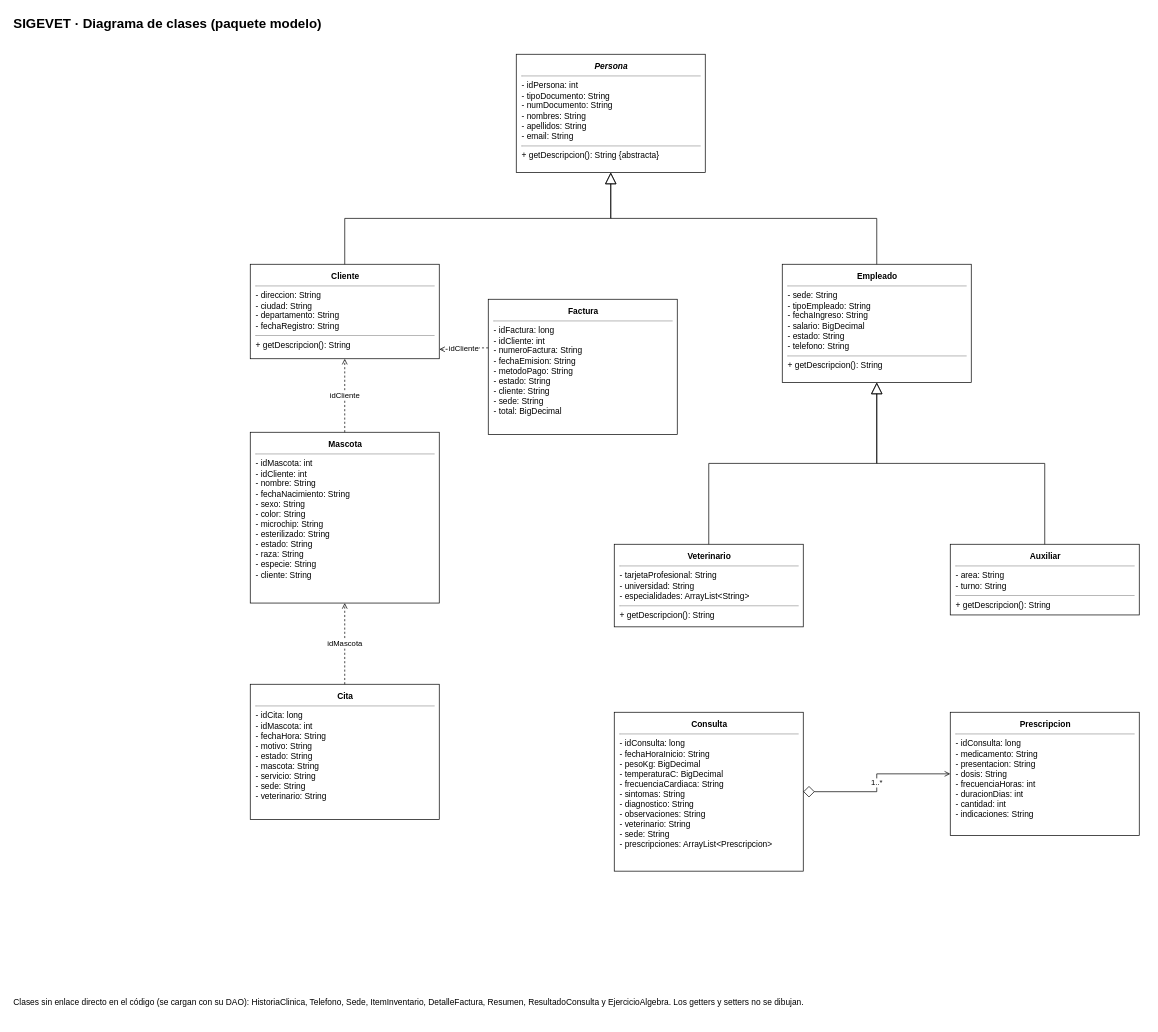
Earlier version of the draw.io diagram documentos/fase1/diagramas_drawio/28_Clases.drawio (Estarlan/proyecto-bd1-sigevet). Source tidied: cells renumbered, new cells numbered last; positions are measured from the earlier drawing's top-left corner, leaving out a move shared by most shapes. Both pictures are drawn from the tidied source at 70%, with x=0, y=0 at pixel (12, 12).
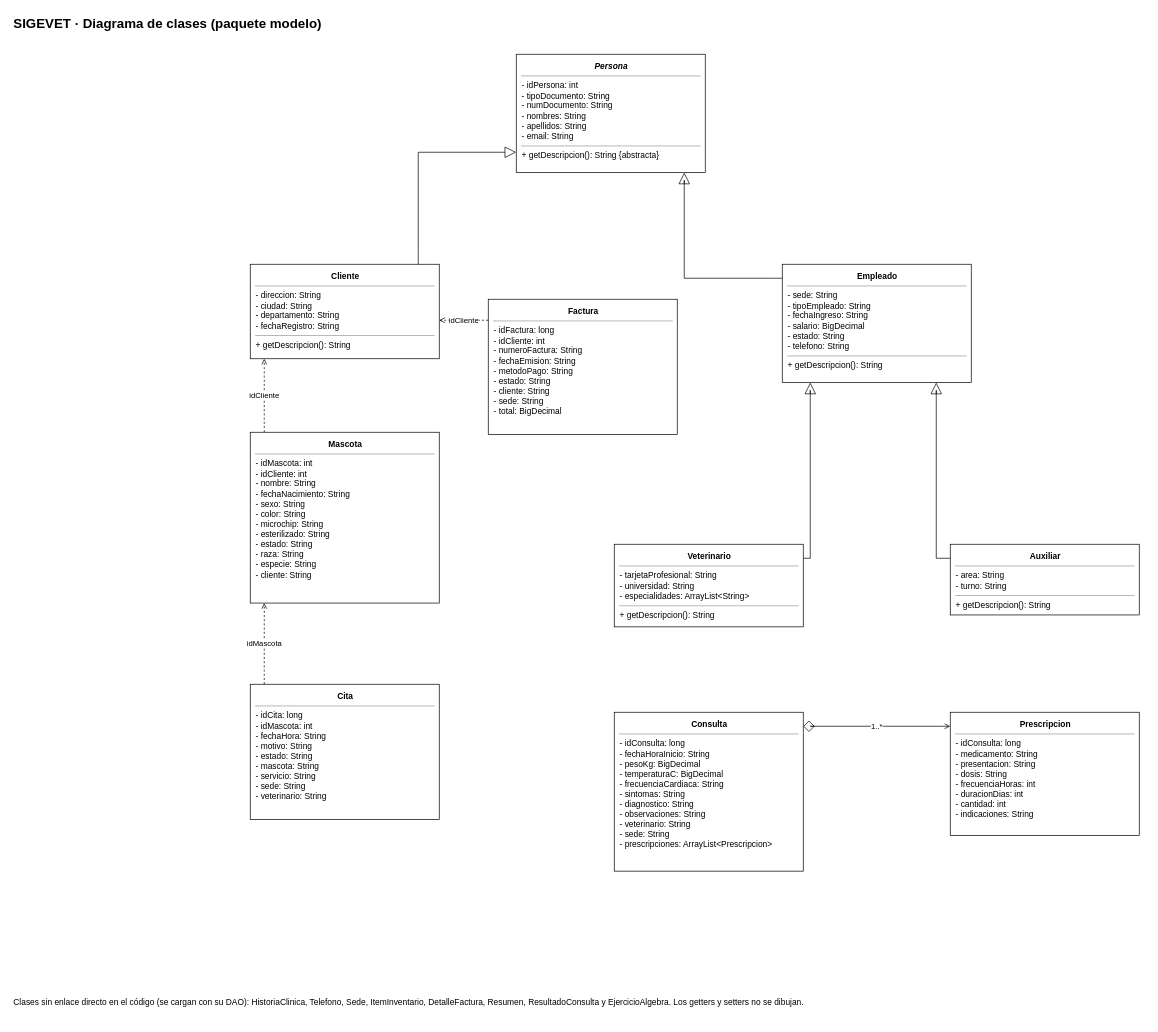
The same diagram, later.

The change refers to these unchanged cells:
```xml
<mxCell id="3" value="&lt;div style='width:256px'&gt;&lt;div style='text-align:center'&gt;&lt;b&gt;&lt;i&gt;Persona&lt;/i&gt;&lt;/b&gt;&lt;/div&gt;&lt;hr size='1'&gt;- idPersona: int&lt;br&gt;- tipoDocumento: String&lt;br&gt;- numDocumento: String&lt;br&gt;- nombres: String&lt;br&gt;- apellidos: String&lt;br&gt;- email: String&lt;hr size='1'&gt;+ getDescripcion(): String {abstracta}&lt;/div&gt;" style="rounded=0;whiteSpace=wrap;html=1;fillColor=none;align=left;verticalAlign=top;spacingLeft=6;spacingTop=4;fontSize=12;" parent="1" vertex="1">
  <mxGeometry x="720" y="60" width="270" height="169" as="geometry" />
</mxCell>
<mxCell id="4" value="&lt;div style='width:256px'&gt;&lt;div style='text-align:center'&gt;&lt;b&gt;Cliente&lt;/b&gt;&lt;/div&gt;&lt;hr size='1'&gt;- direccion: String&lt;br&gt;- ciudad: String&lt;br&gt;- departamento: String&lt;br&gt;- fechaRegistro: String&lt;hr size='1'&gt;+ getDescripcion(): String&lt;/div&gt;" style="rounded=0;whiteSpace=wrap;html=1;fillColor=none;align=left;verticalAlign=top;spacingLeft=6;spacingTop=4;fontSize=12;" parent="1" vertex="1">
  <mxGeometry x="340" y="360" width="270" height="135" as="geometry" />
</mxCell>
<mxCell id="5" value="&lt;div style='width:256px'&gt;&lt;div style='text-align:center'&gt;&lt;b&gt;Empleado&lt;/b&gt;&lt;/div&gt;&lt;hr size='1'&gt;- sede: String&lt;br&gt;- tipoEmpleado: String&lt;br&gt;- fechaIngreso: String&lt;br&gt;- salario: BigDecimal&lt;br&gt;- estado: String&lt;br&gt;- telefono: String&lt;hr size='1'&gt;+ getDescripcion(): String&lt;/div&gt;" style="rounded=0;whiteSpace=wrap;html=1;fillColor=none;align=left;verticalAlign=top;spacingLeft=6;spacingTop=4;fontSize=12;" parent="1" vertex="1">
  <mxGeometry x="1100" y="360" width="270" height="169" as="geometry" />
</mxCell>
<mxCell id="6" value="&lt;div style='width:256px'&gt;&lt;div style='text-align:center'&gt;&lt;b&gt;Veterinario&lt;/b&gt;&lt;/div&gt;&lt;hr size='1'&gt;- tarjetaProfesional: String&lt;br&gt;- universidad: String&lt;br&gt;- especialidades: ArrayList&amp;lt;String&amp;gt;&lt;hr size='1'&gt;+ getDescripcion(): String&lt;/div&gt;" style="rounded=0;whiteSpace=wrap;html=1;fillColor=none;align=left;verticalAlign=top;spacingLeft=6;spacingTop=4;fontSize=12;" parent="1" vertex="1">
  <mxGeometry x="860" y="760" width="270" height="118" as="geometry" />
</mxCell>
<mxCell id="7" value="&lt;div style='width:256px'&gt;&lt;div style='text-align:center'&gt;&lt;b&gt;Auxiliar&lt;/b&gt;&lt;/div&gt;&lt;hr size='1'&gt;- area: String&lt;br&gt;- turno: String&lt;hr size='1'&gt;+ getDescripcion(): String&lt;/div&gt;" style="rounded=0;whiteSpace=wrap;html=1;fillColor=none;align=left;verticalAlign=top;spacingLeft=6;spacingTop=4;fontSize=12;" parent="1" vertex="1">
  <mxGeometry x="1340" y="760" width="270" height="101" as="geometry" />
</mxCell>
<mxCell id="8" value="&lt;div style='width:256px'&gt;&lt;div style='text-align:center'&gt;&lt;b&gt;Mascota&lt;/b&gt;&lt;/div&gt;&lt;hr size='1'&gt;- idMascota: int&lt;br&gt;- idCliente: int&lt;br&gt;- nombre: String&lt;br&gt;- fechaNacimiento: String&lt;br&gt;- sexo: String&lt;br&gt;- color: String&lt;br&gt;- microchip: String&lt;br&gt;- esterilizado: String&lt;br&gt;- estado: String&lt;br&gt;- raza: String&lt;br&gt;- especie: String&lt;br&gt;- cliente: String&lt;/div&gt;" style="rounded=0;whiteSpace=wrap;html=1;fillColor=none;align=left;verticalAlign=top;spacingLeft=6;spacingTop=4;fontSize=12;" parent="1" vertex="1">
  <mxGeometry x="340" y="600" width="270" height="244" as="geometry" />
</mxCell>
<mxCell id="9" value="&lt;div style='width:256px'&gt;&lt;div style='text-align:center'&gt;&lt;b&gt;Cita&lt;/b&gt;&lt;/div&gt;&lt;hr size='1'&gt;- idCita: long&lt;br&gt;- idMascota: int&lt;br&gt;- fechaHora: String&lt;br&gt;- motivo: String&lt;br&gt;- estado: String&lt;br&gt;- mascota: String&lt;br&gt;- servicio: String&lt;br&gt;- sede: String&lt;br&gt;- veterinario: String&lt;/div&gt;" style="rounded=0;whiteSpace=wrap;html=1;fillColor=none;align=left;verticalAlign=top;spacingLeft=6;spacingTop=4;fontSize=12;" parent="1" vertex="1">
  <mxGeometry x="340" y="960" width="270" height="193" as="geometry" />
</mxCell>
<mxCell id="10" value="&lt;div style='width:256px'&gt;&lt;div style='text-align:center'&gt;&lt;b&gt;Factura&lt;/b&gt;&lt;/div&gt;&lt;hr size='1'&gt;- idFactura: long&lt;br&gt;- idCliente: int&lt;br&gt;- numeroFactura: String&lt;br&gt;- fechaEmision: String&lt;br&gt;- metodoPago: String&lt;br&gt;- estado: String&lt;br&gt;- cliente: String&lt;br&gt;- sede: String&lt;br&gt;- total: BigDecimal&lt;/div&gt;" style="rounded=0;whiteSpace=wrap;html=1;fillColor=none;align=left;verticalAlign=top;spacingLeft=6;spacingTop=4;fontSize=12;" parent="1" vertex="1">
  <mxGeometry x="680" y="410" width="270" height="193" as="geometry" />
</mxCell>
<mxCell id="11" value="&lt;div style='width:256px'&gt;&lt;div style='text-align:center'&gt;&lt;b&gt;Consulta&lt;/b&gt;&lt;/div&gt;&lt;hr size='1'&gt;- idConsulta: long&lt;br&gt;- fechaHoraInicio: String&lt;br&gt;- pesoKg: BigDecimal&lt;br&gt;- temperaturaC: BigDecimal&lt;br&gt;- frecuenciaCardiaca: String&lt;br&gt;- sintomas: String&lt;br&gt;- diagnostico: String&lt;br&gt;- observaciones: String&lt;br&gt;- veterinario: String&lt;br&gt;- sede: String&lt;br&gt;- prescripciones: ArrayList&amp;lt;Prescripcion&amp;gt;&lt;/div&gt;" style="rounded=0;whiteSpace=wrap;html=1;fillColor=none;align=left;verticalAlign=top;spacingLeft=6;spacingTop=4;fontSize=12;" parent="1" vertex="1">
  <mxGeometry x="860" y="1000" width="270" height="227" as="geometry" />
</mxCell>
<mxCell id="12" value="&lt;div style='width:256px'&gt;&lt;div style='text-align:center'&gt;&lt;b&gt;Prescripcion&lt;/b&gt;&lt;/div&gt;&lt;hr size='1'&gt;- idConsulta: long&lt;br&gt;- medicamento: String&lt;br&gt;- presentacion: String&lt;br&gt;- dosis: String&lt;br&gt;- frecuenciaHoras: int&lt;br&gt;- duracionDias: int&lt;br&gt;- cantidad: int&lt;br&gt;- indicaciones: String&lt;/div&gt;" style="rounded=0;whiteSpace=wrap;html=1;fillColor=none;align=left;verticalAlign=top;spacingLeft=6;spacingTop=4;fontSize=12;" parent="1" vertex="1">
  <mxGeometry x="1340" y="1000" width="270" height="176" as="geometry" />
</mxCell>
```

Change to the diagram source:
```diff
@@
-    <mxCell id="13" style="edgeStyle=orthogonalEdgeStyle;html=1;endArrow=block;endFill=0;endSize=14;rounded=0;exitX=0.5;exitY=0;entryX=0.5;entryY=1;" parent="1" edge="1" source="4" target="3">
-      <mxGeometry relative="1" as="geometry" />
+    <mxCell id="13" style="edgeStyle=orthogonalEdgeStyle;html=1;endArrow=block;endFill=0;endSize=14;rounded=0;exitX=0.5;exitY=0;entryX=0.5;entryY=1;edgeStyle=none;rounded=0;exitX=0.88888889;exitY=0.00000000;exitPerimeter=0;entryX=0.00000000;entryY=0.82840237;entryPerimeter=0;" parent="1" edge="1" source="4" target="3">
+      <mxGeometry relative="1" as="geometry">
+        <Array as="points">
+          <mxPoint x="580" y="340" />
+          <mxPoint x="580" y="200" />
+          <mxPoint x="700" y="200" />
+        </Array>
+      </mxGeometry>
     </mxCell>
-    <mxCell id="14" style="edgeStyle=orthogonalEdgeStyle;html=1;endArrow=block;endFill=0;endSize=14;rounded=0;exitX=0.5;exitY=0;entryX=0.5;entryY=1;" parent="1" edge="1" source="5" target="3">
-      <mxGeometry relative="1" as="geometry" />
+    <mxCell id="14" style="edgeStyle=orthogonalEdgeStyle;html=1;endArrow=block;endFill=0;endSize=14;rounded=0;exitX=0.5;exitY=0;entryX=0.5;entryY=1;edgeStyle=none;rounded=0;exitX=0.00000000;exitY=0.11834320;exitPerimeter=0;entryX=0.88888889;entryY=1.00000000;entryPerimeter=0;" parent="1" edge="1" source="5" target="3">
+      <mxGeometry relative="1" as="geometry">
+        <Array as="points">
+          <mxPoint x="1080" y="380" />
+          <mxPoint x="960" y="380" />
+          <mxPoint x="960" y="240" />
+        </Array>
+      </mxGeometry>
     </mxCell>
-    <mxCell id="15" style="edgeStyle=orthogonalEdgeStyle;html=1;endArrow=block;endFill=0;endSize=14;rounded=0;exitX=0.5;exitY=0;entryX=0.5;entryY=1;" parent="1" edge="1" source="6" target="5">
-      <mxGeometry relative="1" as="geometry" />
+    <mxCell id="15" style="edgeStyle=orthogonalEdgeStyle;html=1;endArrow=block;endFill=0;endSize=14;rounded=0;exitX=0.5;exitY=0;entryX=0.5;entryY=1;edgeStyle=none;rounded=0;exitX=1.00000000;exitY=0.16949153;exitPerimeter=0;entryX=0.14814815;entryY=1.00000000;entryPerimeter=0;" parent="1" edge="1" source="6" target="5">
+      <mxGeometry relative="1" as="geometry">
+        <Array as="points">
+          <mxPoint x="1140" y="780" />
+          <mxPoint x="1140" y="540" />
+        </Array>
+      </mxGeometry>
     </mxCell>
-    <mxCell id="16" style="edgeStyle=orthogonalEdgeStyle;html=1;endArrow=block;endFill=0;endSize=14;rounded=0;exitX=0.5;exitY=0;entryX=0.5;entryY=1;" parent="1" edge="1" source="7" target="5">
-      <mxGeometry relative="1" as="geometry" />
+    <mxCell id="16" style="edgeStyle=orthogonalEdgeStyle;html=1;endArrow=block;endFill=0;endSize=14;rounded=0;exitX=0.5;exitY=0;entryX=0.5;entryY=1;edgeStyle=none;rounded=0;exitX=0.00000000;exitY=0.19801980;exitPerimeter=0;entryX=0.81481481;entryY=1.00000000;entryPerimeter=0;" parent="1" edge="1" source="7" target="5">
+      <mxGeometry relative="1" as="geometry">
+        <Array as="points">
+          <mxPoint x="1320" y="780" />
+          <mxPoint x="1320" y="540" />
+        </Array>
+      </mxGeometry>
     </mxCell>
-    <mxCell id="17" value="1..*" style="edgeStyle=orthogonalEdgeStyle;html=1;startArrow=diamond;startFill=0;startSize=14;endArrow=open;rounded=0;exitX=1;exitY=0.5;entryX=0;entryY=0.5;" parent="1" edge="1" source="11" target="12">
-      <mxGeometry relative="1" as="geometry" />
+    <mxCell id="17" value="1..*" style="edgeStyle=orthogonalEdgeStyle;html=1;startArrow=diamond;startFill=0;startSize=14;endArrow=open;rounded=0;exitX=1;exitY=0.5;entryX=0;entryY=0.5;edgeStyle=none;rounded=0;exitX=1.00000000;exitY=0.08810573;exitPerimeter=0;entryX=0.00000000;entryY=0.11363636;entryPerimeter=0;" parent="1" edge="1" source="11" target="12">
+      <mxGeometry relative="1" as="geometry">
+        <Array as="points">
+          <mxPoint x="1140" y="1020" />
+          <mxPoint x="1320" y="1020" />
+        </Array>
+      </mxGeometry>
     </mxCell>
-    <mxCell id="18" value="idCliente" style="edgeStyle=orthogonalEdgeStyle;html=1;dashed=1;endArrow=open;rounded=0;exitX=0.5;exitY=0;entryX=0.5;entryY=1;" parent="1" edge="1" source="8" target="4">
-      <mxGeometry relative="1" as="geometry" />
+    <mxCell id="18" value="idCliente" style="edgeStyle=orthogonalEdgeStyle;html=1;dashed=1;endArrow=open;rounded=0;exitX=0.5;exitY=0;entryX=0.5;entryY=1;edgeStyle=none;rounded=0;exitX=0.07407407;exitY=0.00000000;exitPerimeter=0;entryX=0.07407407;entryY=1.00000000;entryPerimeter=0;" parent="1" edge="1" source="8" target="4">
+      <mxGeometry relative="1" as="geometry">
+        <Array as="points">
+          <mxPoint x="360" y="580" />
+          <mxPoint x="360" y="520" />
+        </Array>
+      </mxGeometry>
     </mxCell>
-    <mxCell id="19" value="idMascota" style="edgeStyle=orthogonalEdgeStyle;html=1;dashed=1;endArrow=open;rounded=0;exitX=0.5;exitY=0;entryX=0.5;entryY=1;" parent="1" edge="1" source="9" target="8">
-      <mxGeometry relative="1" as="geometry" />
+    <mxCell id="19" value="idMascota" style="edgeStyle=orthogonalEdgeStyle;html=1;dashed=1;endArrow=open;rounded=0;exitX=0.5;exitY=0;entryX=0.5;entryY=1;edgeStyle=none;rounded=0;exitX=0.07407407;exitY=0.00000000;exitPerimeter=0;entryX=0.07407407;entryY=1.00000000;entryPerimeter=0;" parent="1" edge="1" source="9" target="8">
+      <mxGeometry relative="1" as="geometry">
+        <Array as="points">
+          <mxPoint x="360" y="940" />
+          <mxPoint x="360" y="860" />
+        </Array>
+      </mxGeometry>
     </mxCell>
-    <mxCell id="20" value="idCliente" style="edgeStyle=orthogonalEdgeStyle;html=1;dashed=1;endArrow=open;rounded=0;exitX=0;exitY=0.36;entryX=1;entryY=0.9;" parent="1" edge="1" source="10" target="4">
-      <mxGeometry relative="1" as="geometry" />
+    <mxCell id="20" value="idCliente" style="edgeStyle=orthogonalEdgeStyle;html=1;dashed=1;endArrow=open;rounded=0;exitX=0;exitY=0.36;entryX=1;entryY=0.9;edgeStyle=none;rounded=0;exitX=0.00000000;exitY=0.15544041;exitPerimeter=0;entryX=1.00000000;entryY=0.59259259;entryPerimeter=0;" parent="1" edge="1" source="10" target="4">
+      <mxGeometry relative="1" as="geometry">
+        <Array as="points">
+          <mxPoint x="660" y="440" />
+          <mxPoint x="620" y="440" />
+        </Array>
+      </mxGeometry>
     </mxCell>
```
